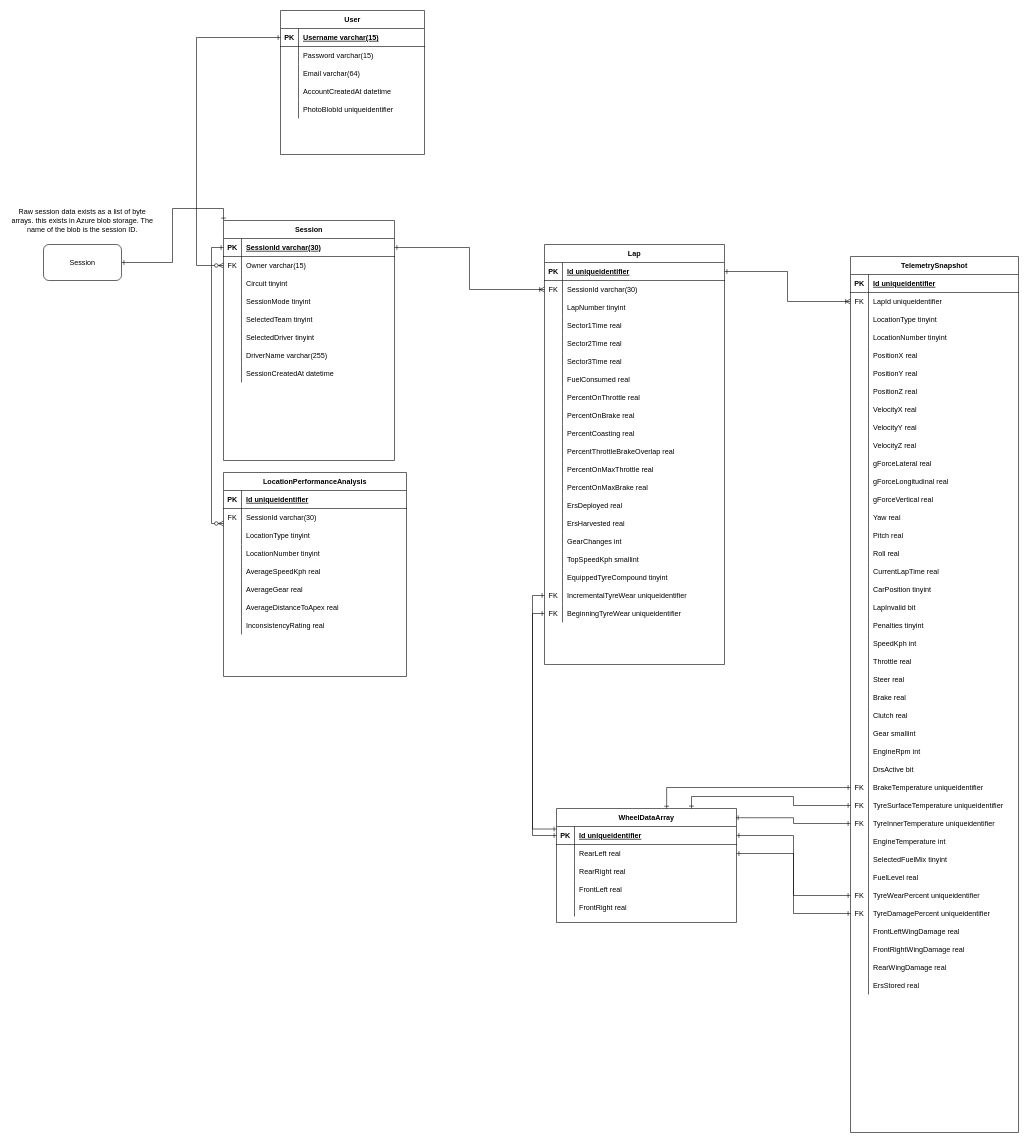
Before: page "Sessions" (1 of 2) of Cloud Storage Maps/ApexVisualSqlErd.drawio in TimHanewich/ApexVisual.F1_2020, a draw.io diagram. Source tidied: cells renumbered, new cells numbered last; positions are measured from the earlier drawing's top-left corner, leaving out a move shared by most shapes. Both pictures are drawn from the tidied source at 60%, with x=0, y=0 at pixel (10, 10).
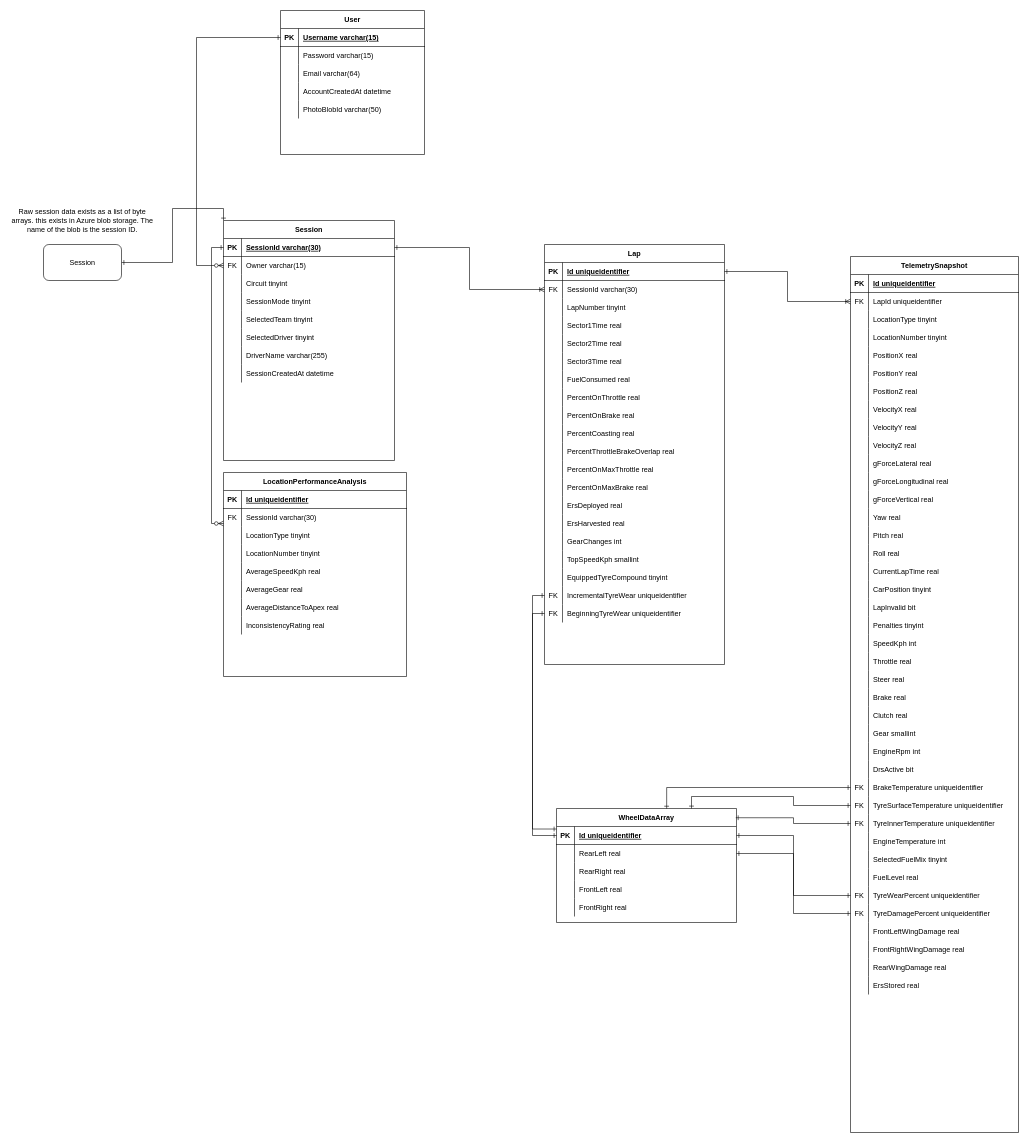
The same page after the edit.

Commit message:
Changed PhotoBlobId variable type

Unchanged cells that the change refers to:
```xml
<mxCell id="276" style="shape=partialRectangle;fillColor=none;top=0;left=0;bottom=0;right=0;" parent="263" vertex="1">
  <mxGeometry y="150" width="240" height="30" as="geometry" />
</mxCell>
```

Change to the diagram source:
```diff
@@
-    <mxCell id="278" value="PhotoBlobId uniqueidentifier" style="shape=partialRectangle;fillColor=none;top=0;left=0;bottom=0;right=0;align=left;spacingLeft=6;overflow=hidden;" parent="276" vertex="1">
+    <mxCell id="278" value="PhotoBlobId varchar(50)" style="shape=partialRectangle;fillColor=none;top=0;left=0;bottom=0;right=0;align=left;spacingLeft=6;overflow=hidden;" parent="276" vertex="1">
       <mxGeometry x="30" width="210" height="30" as="geometry" />
     </mxCell>
```
